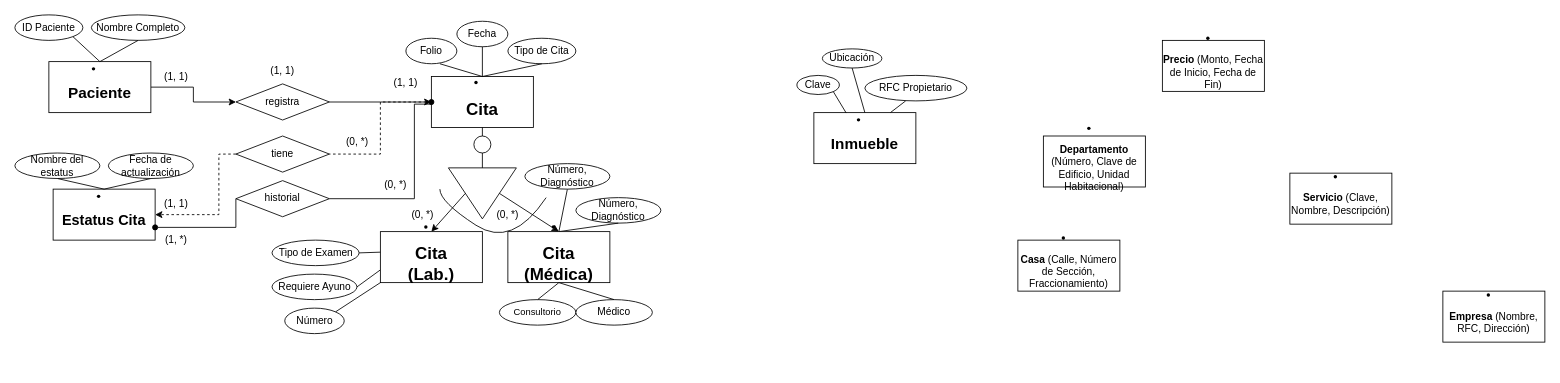
Before: Previo_P6.drawio in EstebanArellanesConde/Dise-os-E-R-Bases, a draw.io diagram. Source tidied: cells renumbered, new cells numbered last; positions are measured from the earlier drawing's top-left corner, leaving out a move shared by most shapes. Both pictures are drawn from the tidied source at 85%, with x=0, y=0 at pixel (14, 14).
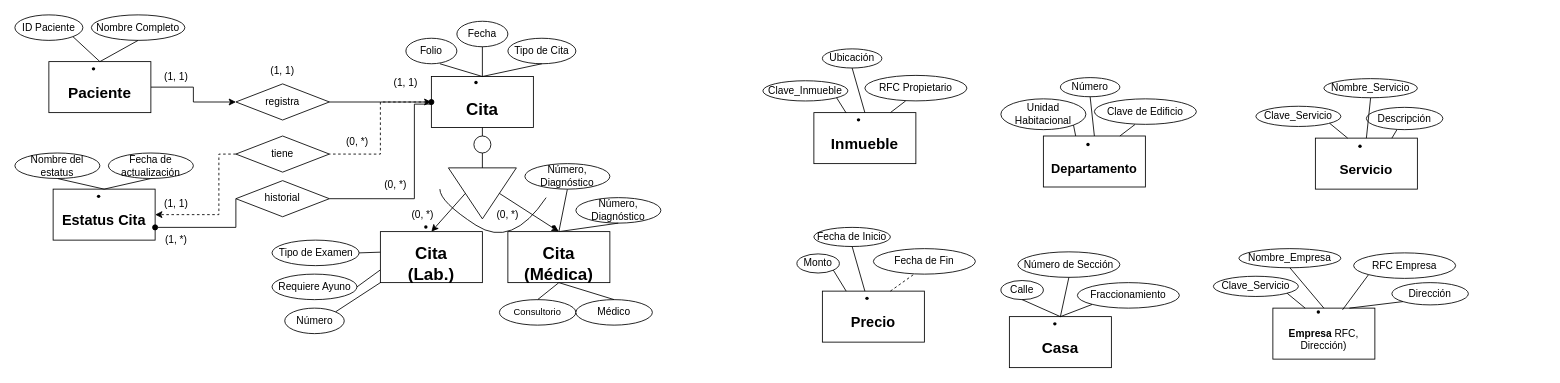
After the change.

What changed in the source:
```diff
@@
-    <mxCell id="62" value="&lt;li class=&quot;&quot;&gt;&lt;p class=&quot;&quot;&gt;&lt;strong&gt;Casa&lt;/strong&gt; (Calle, Número de Sección, Fraccionamiento)&lt;/p&gt;&lt;/li&gt;" style="whiteSpace=wrap;html=1;" parent="1" vertex="1">
-      <mxGeometry x="1180" y="265" width="120" height="60" as="geometry" />
+    <mxCell id="62" value="&lt;li class=&quot;&quot;&gt;&lt;p class=&quot;&quot;&gt;&lt;font style=&quot;font-size: 18px;&quot;&gt;&lt;strong&gt;Casa&lt;/strong&gt;&lt;/font&gt;&lt;/p&gt;&lt;/li&gt;" style="whiteSpace=wrap;html=1;" parent="1" vertex="1">
+      <mxGeometry x="1170" y="355" width="120" height="60" as="geometry" />
     </mxCell>
-    <mxCell id="63" value="&lt;li class=&quot;&quot;&gt;&lt;p class=&quot;&quot;&gt;&lt;strong&gt;Precio&lt;/strong&gt; (Monto, Fecha de Inicio, Fecha de Fin)&lt;/p&gt;&lt;/li&gt;" style="whiteSpace=wrap;html=1;" parent="1" vertex="1">
-      <mxGeometry x="1350" y="30" width="120" height="60" as="geometry" />
+    <mxCell id="63" value="&lt;li class=&quot;&quot;&gt;&lt;p class=&quot;&quot;&gt;&lt;strong&gt;&lt;font style=&quot;font-size: 17px;&quot;&gt;Precio&lt;/font&gt;&lt;/strong&gt;&lt;/p&gt;&lt;/li&gt;" style="whiteSpace=wrap;html=1;" parent="1" vertex="1">
+      <mxGeometry x="950" y="325" width="120" height="60" as="geometry" />
     </mxCell>
-    <mxCell id="64" value="&lt;li class=&quot;&quot;&gt;&lt;p class=&quot;&quot;&gt;&lt;strong&gt;Servicio&lt;/strong&gt; (Clave, Nombre, Descripción)&lt;/p&gt;&lt;/li&gt;" style="whiteSpace=wrap;html=1;" parent="1" vertex="1">
-      <mxGeometry x="1500" y="186.2" width="120" height="60" as="geometry" />
+    <mxCell id="64" value="&lt;li class=&quot;&quot;&gt;&lt;p class=&quot;&quot;&gt;&lt;font style=&quot;font-size: 16px;&quot;&gt;&lt;strong&gt;Servicio&lt;/strong&gt;&lt;/font&gt;&lt;/p&gt;&lt;/li&gt;" style="whiteSpace=wrap;html=1;" parent="1" vertex="1">
+      <mxGeometry x="1530" y="145" width="120" height="60" as="geometry" />
     </mxCell>
-    <mxCell id="65" value="&lt;li class=&quot;&quot;&gt;&lt;p class=&quot;&quot;&gt;&lt;strong&gt;Departamento&lt;/strong&gt; (Número, Clave de Edificio, Unidad Habitacional)&lt;/p&gt;&lt;/li&gt;" style="whiteSpace=wrap;html=1;" parent="1" vertex="1">
+    <mxCell id="65" value="&lt;li class=&quot;&quot;&gt;&lt;p class=&quot;&quot;&gt;&lt;font style=&quot;font-size: 15px;&quot;&gt;&lt;strong&gt;Departamento&lt;/strong&gt;&lt;/font&gt;&lt;/p&gt;&lt;/li&gt;" style="whiteSpace=wrap;html=1;" parent="1" vertex="1">
       <mxGeometry x="1210" y="142.5" width="120" height="60" as="geometry" />
     </mxCell>
-    <mxCell id="66" value="&lt;li class=&quot;&quot;&gt;&lt;p class=&quot;&quot;&gt;&lt;strong&gt;Empresa&lt;/strong&gt; (Nombre, RFC, Dirección)&lt;/p&gt;&lt;/li&gt;" style="whiteSpace=wrap;html=1;" parent="1" vertex="1">
-      <mxGeometry x="1680" y="325" width="120" height="60" as="geometry" />
+    <mxCell id="66" value="&lt;li class=&quot;&quot;&gt;&lt;p class=&quot;&quot;&gt;&lt;strong&gt;Empresa&lt;/strong&gt; RFC, Dirección)&lt;/p&gt;&lt;/li&gt;" style="whiteSpace=wrap;html=1;" parent="1" vertex="1">
+      <mxGeometry x="1480" y="345" width="120" height="60" as="geometry" />
     </mxCell>
-    <mxCell id="67" value="Clave" style="ellipse;whiteSpace=wrap;html=1;" parent="1" vertex="1">
-      <mxGeometry x="920" y="71.2" width="50" height="22.5" as="geometry" />
+    <mxCell id="67" value="Clave_Inmueble" style="ellipse;whiteSpace=wrap;html=1;" parent="1" vertex="1">
+      <mxGeometry x="880" y="77.5" width="100" height="23.8" as="geometry" />
     </mxCell>
@@
+    <mxCell id="73" value="Unidad Habitacional" style="ellipse;whiteSpace=wrap;html=1;" parent="1" vertex="1">
+      <mxGeometry x="1160" y="98.8" width="100" height="36.2" as="geometry" />
+    </mxCell>
+    <mxCell id="74" value="Número" style="ellipse;whiteSpace=wrap;html=1;" parent="1" vertex="1">
+      <mxGeometry x="1230" y="73.8" width="70" height="22.5" as="geometry" />
+    </mxCell>
+    <mxCell id="75" value="Clave de Edificio" style="ellipse;whiteSpace=wrap;html=1;" parent="1" vertex="1">
+      <mxGeometry x="1270" y="98.8" width="120" height="30" as="geometry" />
+    </mxCell>
+    <mxCell id="76" style="endArrow=none;html=1;rounded=0;entryX=0.4;entryY=1;entryDx=0;entryDy=0;entryPerimeter=0;exitX=0.75;exitY=0;exitDx=0;exitDy=0;" parent="1" edge="1" target="75">
+      <mxGeometry relative="1" as="geometry">
+        <mxPoint x="1300" y="142.5" as="sourcePoint" />
+      </mxGeometry>
+    </mxCell>
+    <mxCell id="77" style="endArrow=none;html=1;rounded=0;entryX=0.5;entryY=1;entryDx=0;entryDy=0;exitX=0.5;exitY=0;exitDx=0;exitDy=0;" parent="1" edge="1" target="74">
+      <mxGeometry relative="1" as="geometry">
+        <mxPoint x="1270" y="142.5" as="sourcePoint" />
+      </mxGeometry>
+    </mxCell>
+    <mxCell id="78" style="endArrow=none;html=1;rounded=0;entryX=1;entryY=1;entryDx=0;entryDy=0;exitX=0.317;exitY=0.008;exitDx=0;exitDy=0;exitPerimeter=0;" parent="1" edge="1" target="73">
+      <mxGeometry relative="1" as="geometry">
+        <mxPoint x="1248" y="142.5" as="sourcePoint" />
+      </mxGeometry>
+    </mxCell>
+    <mxCell id="79" value="Monto" style="ellipse;whiteSpace=wrap;html=1;" parent="1" vertex="1">
+      <mxGeometry x="920" y="281.2" width="50" height="22.5" as="geometry" />
+    </mxCell>
+    <mxCell id="80" value="Fecha de Inicio" style="ellipse;whiteSpace=wrap;html=1;" parent="1" vertex="1">
+      <mxGeometry x="940" y="250" width="90" height="22.5" as="geometry" />
+    </mxCell>
+    <mxCell id="81" value="Fecha de Fin" style="ellipse;whiteSpace=wrap;html=1;" parent="1" vertex="1">
+      <mxGeometry x="1010" y="275" width="120" height="30" as="geometry" />
+    </mxCell>
+    <mxCell id="82" style="endArrow=none;html=1;rounded=0;entryX=0.4;entryY=1;entryDx=0;entryDy=0;entryPerimeter=0;exitX=0.75;exitY=0;exitDx=0;exitDy=0;dashed=1;" parent="1" edge="1" target="81">
+      <mxGeometry relative="1" as="geometry">
+        <mxPoint x="1030" y="325" as="sourcePoint" />
+      </mxGeometry>
+    </mxCell>
+    <mxCell id="83" style="endArrow=none;html=1;rounded=0;entryX=0.5;entryY=1;entryDx=0;entryDy=0;exitX=0.5;exitY=0;exitDx=0;exitDy=0;" parent="1" edge="1" target="80">
+      <mxGeometry relative="1" as="geometry">
+        <mxPoint x="1000" y="325" as="sourcePoint" />
+      </mxGeometry>
+    </mxCell>
+    <mxCell id="84" style="endArrow=none;html=1;rounded=0;entryX=1;entryY=1;entryDx=0;entryDy=0;exitX=0.317;exitY=0.008;exitDx=0;exitDy=0;exitPerimeter=0;" parent="1" edge="1" target="79">
+      <mxGeometry relative="1" as="geometry">
+        <mxPoint x="978" y="325" as="sourcePoint" />
+      </mxGeometry>
+    </mxCell>
+    <mxCell id="85" value="Calle" style="ellipse;whiteSpace=wrap;html=1;" parent="1" vertex="1">
+      <mxGeometry x="1160" y="312.5" width="50" height="22.5" as="geometry" />
+    </mxCell>
+    <mxCell id="86" value="Número de Sección" style="ellipse;whiteSpace=wrap;html=1;" parent="1" vertex="1">
+      <mxGeometry x="1180" y="278.8" width="120" height="30" as="geometry" />
+    </mxCell>
+    <mxCell id="87" value="Fraccionamiento" style="ellipse;whiteSpace=wrap;html=1;" parent="1" vertex="1">
+      <mxGeometry x="1250" y="315" width="120" height="30" as="geometry" />
+    </mxCell>
+    <mxCell id="88" style="endArrow=none;html=1;rounded=0;entryX=0.5;entryY=1;entryDx=0;entryDy=0;exitX=0.5;exitY=0;exitDx=0;exitDy=0;" parent="1" edge="1" source="62" target="85">
+      <mxGeometry relative="1" as="geometry" />
+    </mxCell>
+    <mxCell id="89" style="endArrow=none;html=1;rounded=0;entryX=0.5;entryY=1;entryDx=0;entryDy=0;exitX=0.5;exitY=0;exitDx=0;exitDy=0;" parent="1" edge="1" source="62" target="86">
+      <mxGeometry relative="1" as="geometry" />
+    </mxCell>
+    <mxCell id="90" style="endArrow=none;html=1;rounded=0;entryX=0;entryY=1;entryDx=0;entryDy=0;exitX=0.5;exitY=0;exitDx=0;exitDy=0;" parent="1" edge="1" source="62" target="87">
+      <mxGeometry relative="1" as="geometry" />
+    </mxCell>
+    <mxCell id="91" value="Clave_Servicio" style="ellipse;whiteSpace=wrap;html=1;" parent="1" vertex="1">
+      <mxGeometry x="1460" y="107.5" width="100" height="23.8" as="geometry" />
+    </mxCell>
+    <mxCell id="92" value="Nombre_Servicio" style="ellipse;whiteSpace=wrap;html=1;" parent="1" vertex="1">
+      <mxGeometry x="1540" y="75" width="110" height="22.5" as="geometry" />
+    </mxCell>
+    <mxCell id="93" value="Descripción" style="ellipse;whiteSpace=wrap;html=1;" parent="1" vertex="1">
+      <mxGeometry x="1590" y="108.8" width="90" height="26.2" as="geometry" />
+    </mxCell>
+    <mxCell id="94" style="endArrow=none;html=1;rounded=0;entryX=0.4;entryY=1;entryDx=0;entryDy=0;entryPerimeter=0;exitX=0.75;exitY=0;exitDx=0;exitDy=0;" parent="1" edge="1" target="93">
+      <mxGeometry relative="1" as="geometry">
+        <mxPoint x="1620" y="145" as="sourcePoint" />
+      </mxGeometry>
+    </mxCell>
+    <mxCell id="95" style="endArrow=none;html=1;rounded=0;entryX=0.5;entryY=1;entryDx=0;entryDy=0;exitX=0.5;exitY=0;exitDx=0;exitDy=0;" parent="1" edge="1" target="92">
+      <mxGeometry relative="1" as="geometry">
+        <mxPoint x="1590" y="145" as="sourcePoint" />
+      </mxGeometry>
+    </mxCell>
+    <mxCell id="96" style="endArrow=none;html=1;rounded=0;entryX=1;entryY=1;entryDx=0;entryDy=0;exitX=0.317;exitY=0.008;exitDx=0;exitDy=0;exitPerimeter=0;" parent="1" edge="1" target="91">
+      <mxGeometry relative="1" as="geometry">
+        <mxPoint x="1568" y="145" as="sourcePoint" />
+      </mxGeometry>
+    </mxCell>
+    <mxCell id="97" value="Clave_Servicio" style="ellipse;whiteSpace=wrap;html=1;" parent="1" vertex="1">
+      <mxGeometry x="1410" y="307.5" width="100" height="23.8" as="geometry" />
+    </mxCell>
+    <mxCell id="98" value="&lt;div&gt;Nombre_Empresa&lt;/div&gt;" style="ellipse;whiteSpace=wrap;html=1;" parent="1" vertex="1">
+      <mxGeometry x="1440" y="275" width="120" height="22.5" as="geometry" />
+    </mxCell>
+    <mxCell id="99" value="Dirección" style="ellipse;whiteSpace=wrap;html=1;" parent="1" vertex="1">
+      <mxGeometry x="1620" y="315" width="90" height="26.2" as="geometry" />
+    </mxCell>
+    <mxCell id="100" style="endArrow=none;html=1;rounded=0;entryX=0;entryY=1;entryDx=0;entryDy=0;exitX=0.75;exitY=0;exitDx=0;exitDy=0;" parent="1" edge="1" target="99">
+      <mxGeometry relative="1" as="geometry">
+        <mxPoint x="1570" y="345" as="sourcePoint" />
+      </mxGeometry>
+    </mxCell>
+    <mxCell id="101" style="endArrow=none;html=1;rounded=0;entryX=0.5;entryY=1;entryDx=0;entryDy=0;exitX=0.5;exitY=0;exitDx=0;exitDy=0;" parent="1" edge="1" target="98">
+      <mxGeometry relative="1" as="geometry">
+        <mxPoint x="1540" y="345" as="sourcePoint" />
+      </mxGeometry>
+    </mxCell>
+    <mxCell id="102" style="endArrow=none;html=1;rounded=0;entryX=1;entryY=1;entryDx=0;entryDy=0;exitX=0.317;exitY=0.008;exitDx=0;exitDy=0;exitPerimeter=0;" parent="1" edge="1" target="97">
+      <mxGeometry relative="1" as="geometry">
+        <mxPoint x="1518" y="345" as="sourcePoint" />
+      </mxGeometry>
+    </mxCell>
+    <mxCell id="103" value="RFC Empresa" style="ellipse;whiteSpace=wrap;html=1;" parent="1" vertex="1">
+      <mxGeometry x="1575" y="280" width="120" height="30" as="geometry" />
+    </mxCell>
+    <mxCell id="104" style="endArrow=none;html=1;rounded=0;entryX=0;entryY=1;entryDx=0;entryDy=0;exitX=0.683;exitY=0.033;exitDx=0;exitDy=0;exitPerimeter=0;" parent="1" edge="1" source="66" target="103">
+      <mxGeometry relative="1" as="geometry" />
+    </mxCell>
```
